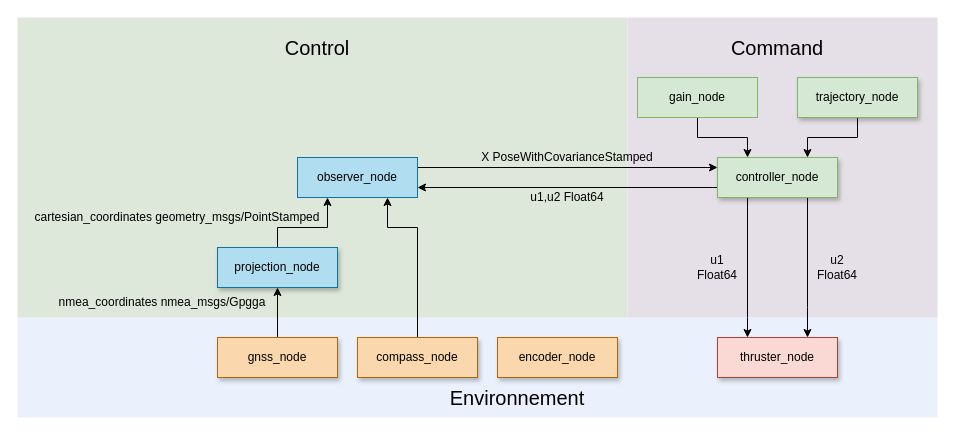
This is doc/DDBot.drawio from Jules-Berhault/ddbot, a draw.io file, before an edit. Source tidied: cells renumbered, new cells numbered last; positions are measured from the earlier drawing's top-left corner, leaving out a move shared by most shapes. Both pictures are drawn from the tidied source at 100%, with x=0, y=0 at pixel (17, 17).
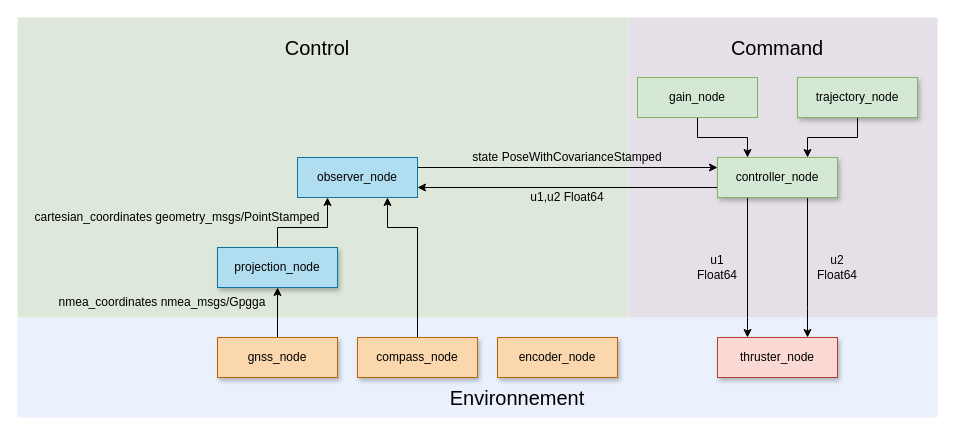
After the change.

The edit, as a diff of the source:
```diff
@@
-    <mxCell id="25" value="X PoseWithCovarianceStamped" style="text;html=1;strokeColor=none;fillColor=none;align=center;verticalAlign=middle;whiteSpace=wrap;rounded=0;" parent="1" vertex="1">
+    <mxCell id="25" value="state PoseWithCovarianceStamped" style="text;html=1;strokeColor=none;fillColor=none;align=center;verticalAlign=middle;whiteSpace=wrap;rounded=0;" parent="1" vertex="1">
       <mxGeometry x="445" y="130" width="210" height="20" as="geometry" />
     </mxCell>
```
